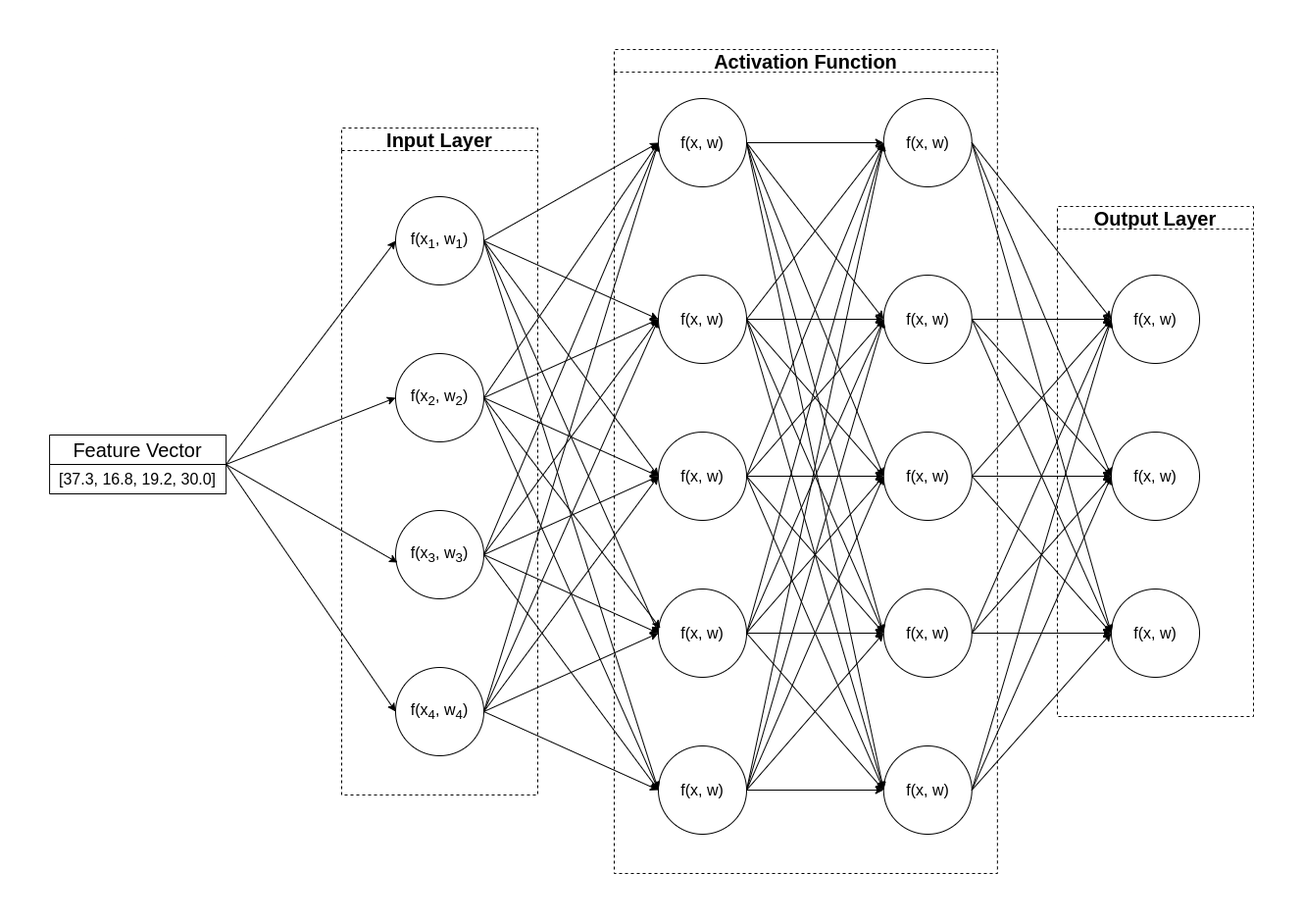
Earlier version of the draw.io export docs/assets/neural-network.png (busycaesar/AI_900). Source tidied: cells renumbered, new cells last; positions are measured from the earlier drawing's top-left corner, leaving out a move shared by most shapes.
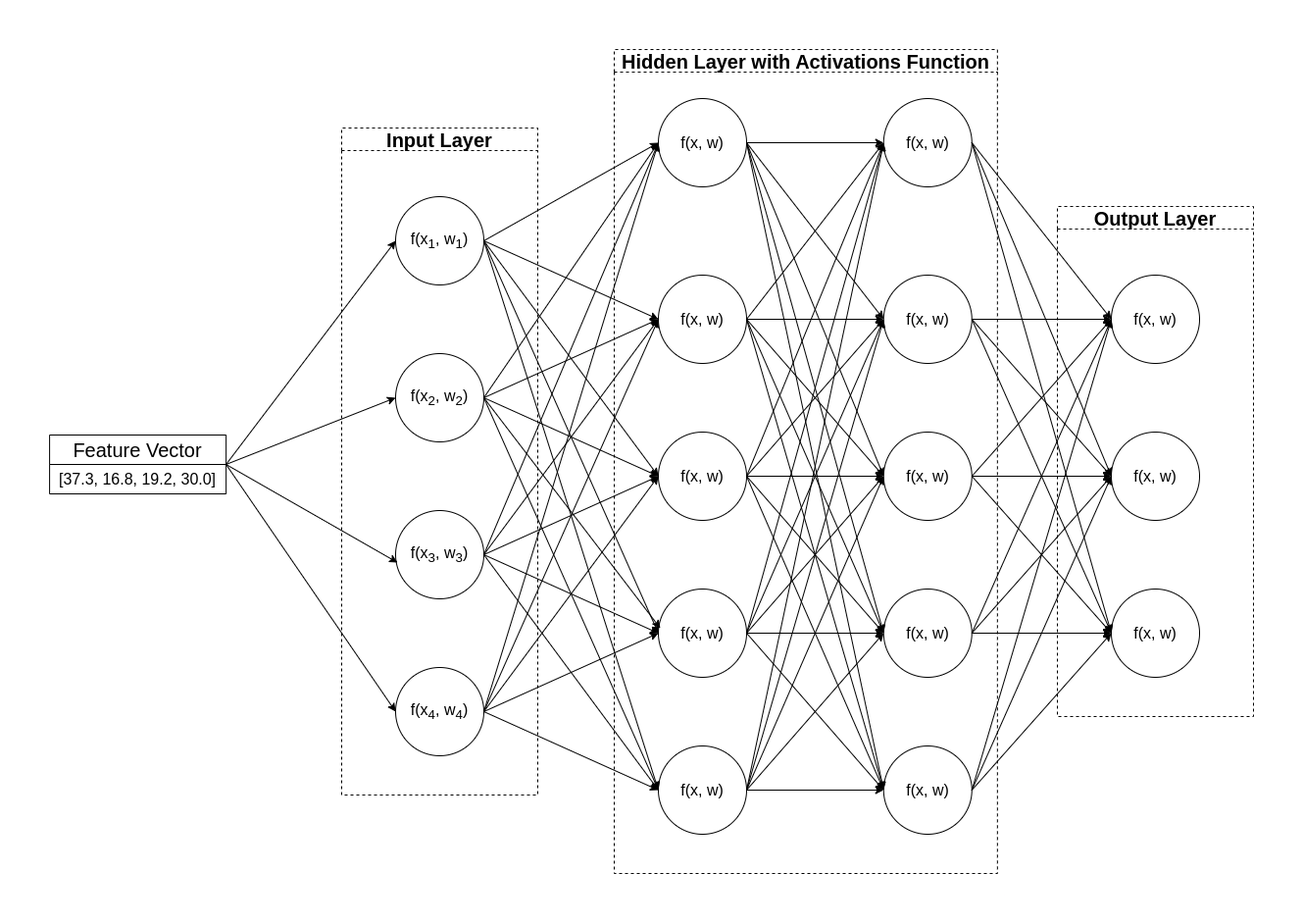
The same diagram one commit later.

What changed in the source:
```diff
@@ -307,7 +307,7 @@
     <mxCell id="102" value="&lt;font style=&quot;font-size: 20px;&quot;&gt;Input&amp;nbsp;Layer&lt;/font&gt;" style="swimlane;whiteSpace=wrap;html=1;dashed=1;" parent="1" vertex="1">
       <mxGeometry x="298" y="80" width="200" height="680" as="geometry" />
     </mxCell>
-    <mxCell id="103" value="&lt;font style=&quot;font-size: 20px;&quot;&gt;Activation Function&lt;/font&gt;" style="swimlane;whiteSpace=wrap;html=1;dashed=1;" parent="1" vertex="1">
+    <mxCell id="103" value="&lt;font style=&quot;font-size: 20px;&quot;&gt;Hidden Layer with Activations Function&lt;/font&gt;" style="swimlane;whiteSpace=wrap;html=1;dashed=1;" parent="1" vertex="1">
       <mxGeometry x="576" width="390.9" height="840" as="geometry" />
     </mxCell>
     <mxCell id="104" value="&lt;font style=&quot;font-size: 20px;&quot;&gt;Output&amp;nbsp;Layer&lt;/font&gt;" style="swimlane;whiteSpace=wrap;html=1;dashed=1;" parent="1" vertex="1">
```
